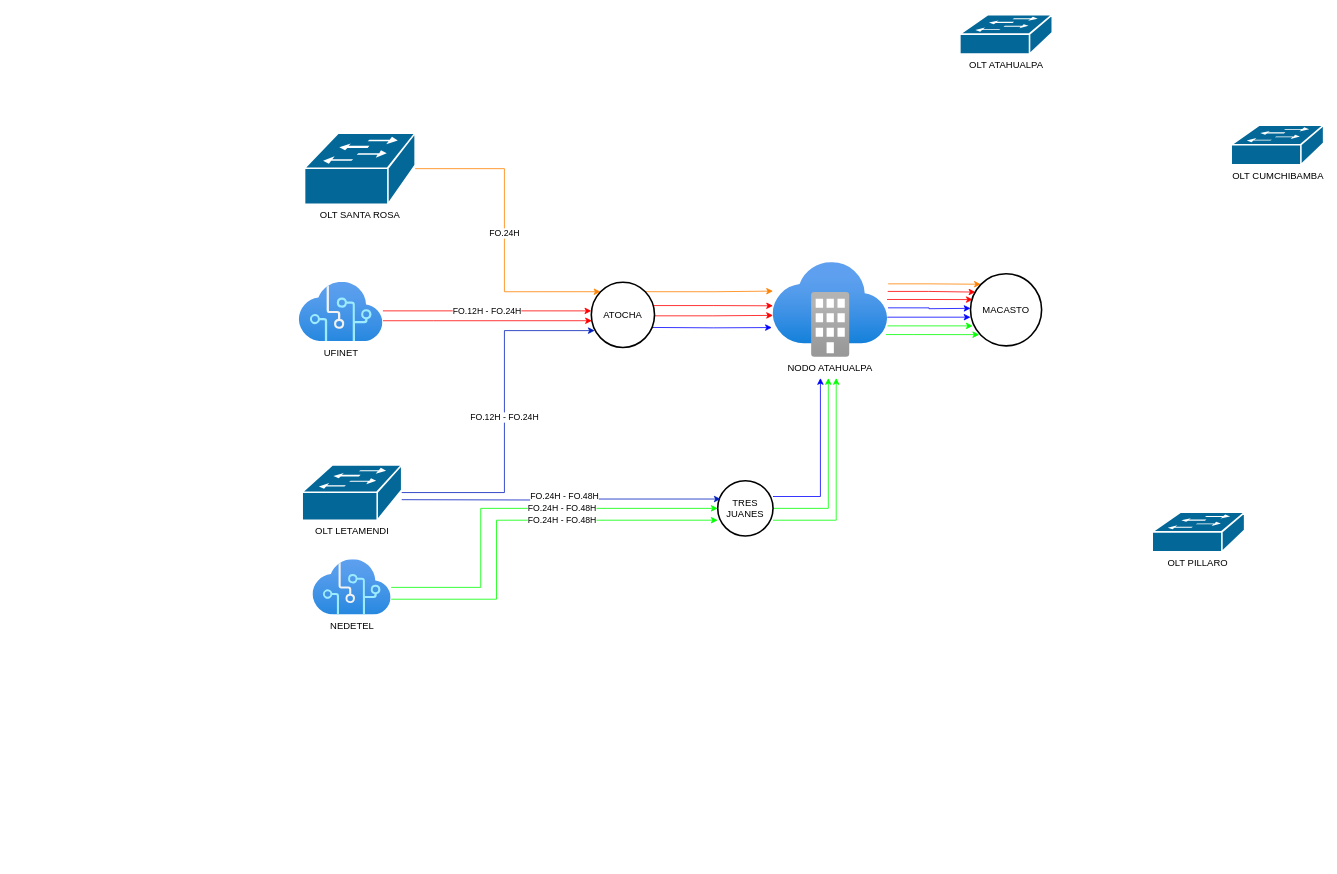
Before: data/Diagrama sin título.drawio in bryanm1182/bryanm1182.github.com, a draw.io diagram. Source tidied: cells renumbered, new cells numbered last; positions are measured from the earlier drawing's top-left corner, leaving out a move shared by most shapes. Both pictures are drawn from the tidied source at 79%, with x=0, y=0 at pixel (299, 14).
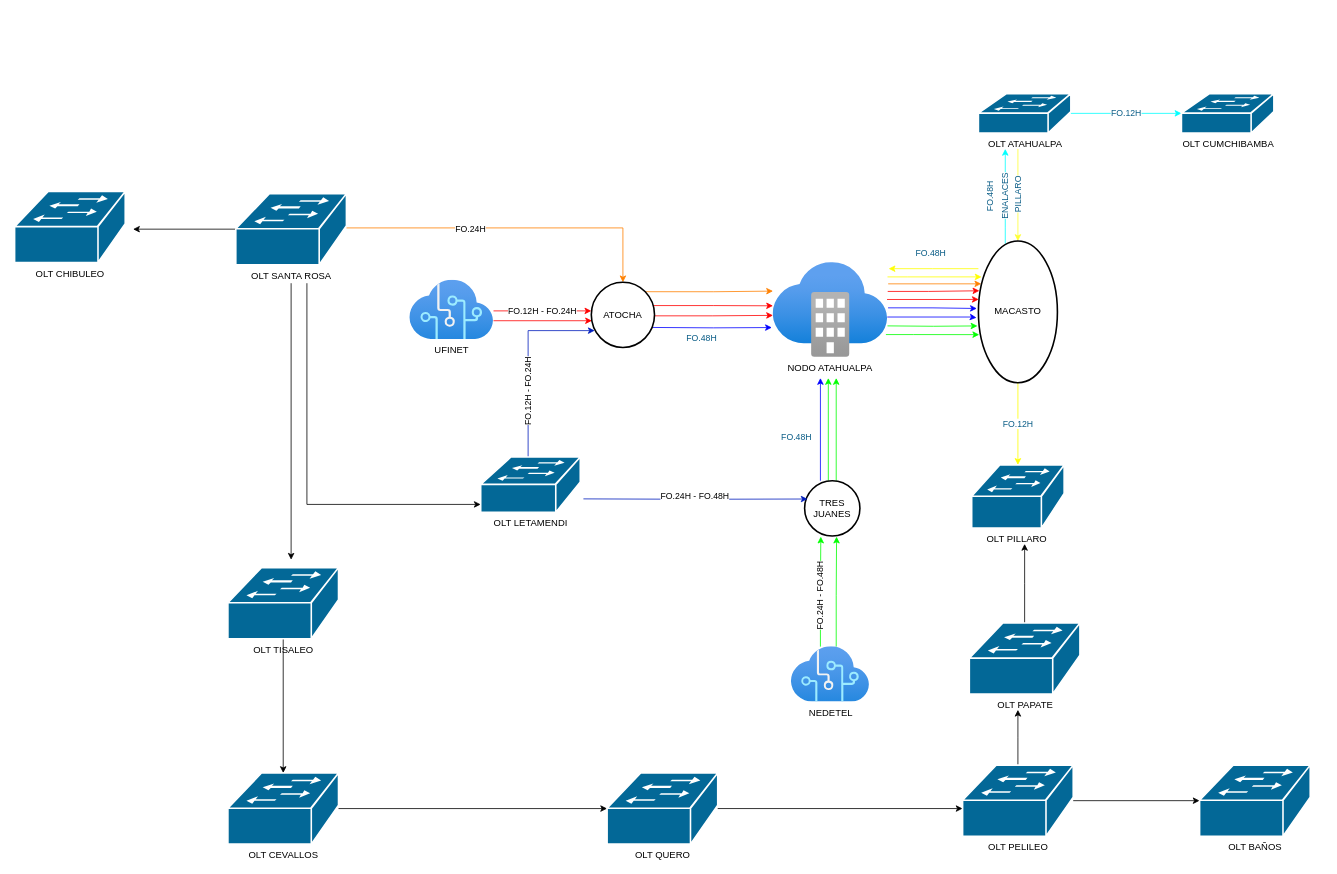
The same page after the edit.

The change refers to these unchanged cells:
```xml
<mxCell id="15" value="NODO ATAHUALPA" style="html=1;points=[];align=center;image;fontSize=12;image=img/lib/azure2/integration/Software_as_a_Service.svg;" parent="1" vertex="1">
  <mxGeometry x="600" y="313.8" width="144.9" height="120" as="geometry" />
</mxCell>
<mxCell id="33" value="ATOCHA" style="strokeWidth=2;html=1;shape=mxgraph.flowchart.start_2;whiteSpace=wrap;" parent="1" vertex="1">
  <mxGeometry x="370" y="338.8" width="80" height="82.5" as="geometry" />
</mxCell>
```

Change to the diagram source:
```diff
@@
+    <mxCell id="34" value="FO.12H&lt;br&gt;" style="edgeStyle=orthogonalEdgeStyle;rounded=0;jettySize=auto;html=1;entryX=0;entryY=0.5;entryDx=0;entryDy=0;entryPerimeter=0;strokeColor=#00FFFF;strokeWidth=1;fontSize=11;fontColor=#095C86;fillColor=#F694C1;" parent="1" edge="1" source="2" target="27">
+      <mxGeometry relative="1" as="geometry" />
+    </mxCell>
+    <mxCell id="35" value="PILLARO" style="edgeStyle=orthogonalEdgeStyle;rounded=0;jettySize=auto;html=1;entryX=0.5;entryY=0;entryDx=0;entryDy=0;entryPerimeter=0;strokeColor=#FFFF33;strokeWidth=1;fontSize=11;fontColor=#095C86;fillColor=#F694C1;horizontal=0;" parent="1" edge="1" target="19">
+      <mxGeometry relative="1" as="geometry">
+        <mxPoint x="910" y="170" as="sourcePoint" />
+        <Array as="points">
+          <mxPoint x="910" y="200" />
+          <mxPoint x="910" y="200" />
+        </Array>
+      </mxGeometry>
+    </mxCell>
     <mxCell id="2" value="OLT ATAHUALPA&lt;br&gt;" style="shape=mxgraph.cisco.switches.workgroup_switch;sketch=0;html=1;dashed=0;fillColor=#036897;strokeColor=#ffffff;strokeWidth=2;verticalLabelPosition=bottom;verticalAlign=top;align=center;outlineConnect=0;" parent="1" vertex="1">
-      <mxGeometry x="836.5" width="117" height="50" as="geometry" />
+      <mxGeometry x="860" y="100" width="117" height="50" as="geometry" />
     </mxCell>
-    <mxCell id="3" value="FO.24H" style="edgeStyle=orthogonalEdgeStyle;rounded=0;jettySize=auto;html=1;entryX=0.145;entryY=0.145;entryDx=0;entryDy=0;entryPerimeter=0;strokeColor=#FF8000;" parent="1" edge="1" source="4" target="33">
-      <mxGeometry relative="1" as="geometry">
+    <mxCell id="3" value="FO.24H" style="edgeStyle=orthogonalEdgeStyle;rounded=0;jettySize=auto;html=1;entryX=0.5;entryY=0;entryDx=0;entryDy=0;entryPerimeter=0;strokeColor=#FF8000;" parent="1" edge="1" source="4" target="33">
+      <mxGeometry x="-0.25" y="-2" relative="1" as="geometry">
         <Array as="points">
-          <mxPoint x="260" y="195" />
-          <mxPoint x="260" y="351" />
+          <mxPoint x="410" y="270" />
         </Array>
       </mxGeometry>
     </mxCell>
+    <mxCell id="36" style="edgeStyle=orthogonalEdgeStyle;rounded=0;jettySize=auto;html=1;strokeColor=#000000;strokeWidth=1;fontSize=11;fontColor=#095C86;fillColor=#F694C1;" parent="1" edge="1" target="26">
+      <mxGeometry relative="1" as="geometry">
+        <mxPoint x="10" y="340" as="sourcePoint" />
+        <Array as="points">
+          <mxPoint x="10" y="340" />
+          <mxPoint x="10" y="620" />
+        </Array>
+      </mxGeometry>
+    </mxCell>
+    <mxCell id="37" style="edgeStyle=orthogonalEdgeStyle;rounded=0;jettySize=auto;html=1;entryX=1.071;entryY=0.531;entryDx=0;entryDy=0;entryPerimeter=0;strokeColor=#000000;strokeWidth=1;fontSize=11;fontColor=#095C86;fillColor=#F694C1;" parent="1" edge="1" source="4" target="49">
+      <mxGeometry relative="1" as="geometry" />
+    </mxCell>
+    <mxCell id="38" style="edgeStyle=orthogonalEdgeStyle;rounded=0;orthogonalLoop=1;jettySize=auto;html=1;strokeColor=#000000;strokeWidth=1;fontSize=11;fontColor=#095C86;fillColor=#F694C1;" parent="1" edge="1">
+      <mxGeometry relative="1" as="geometry">
+        <mxPoint x="-10" y="340" as="sourcePoint" />
+        <mxPoint x="-10" y="690" as="targetPoint" />
+        <Array as="points">
+          <mxPoint x="-10" y="690" />
+        </Array>
+      </mxGeometry>
+    </mxCell>
     <mxCell id="4" value="OLT SANTA ROSA&lt;br&gt;" style="shape=mxgraph.cisco.switches.workgroup_switch;sketch=0;html=1;dashed=0;fillColor=#036897;strokeColor=#ffffff;strokeWidth=2;verticalLabelPosition=bottom;verticalAlign=top;align=center;outlineConnect=0;" parent="1" vertex="1">
-      <mxGeometry x="7" y="150" width="140" height="90" as="geometry" />
+      <mxGeometry x="-80" y="226.6" width="140" height="90" as="geometry" />
     </mxCell>
@@
     <mxCell id="7" value="UFINET&lt;br&gt;" style="html=1;points=[];align=center;image;fontSize=12;image=img/lib/azure2/ai_machine_learning/Cognitive_Services.svg;" parent="1" vertex="1">
-      <mxGeometry y="338.8" width="106.2" height="75" as="geometry" />
+      <mxGeometry x="140" y="336.2" width="106.2" height="75" as="geometry" />
     </mxCell>
-    <mxCell id="8" style="edgeStyle=orthogonalEdgeStyle;rounded=0;jettySize=auto;html=1;entryX=0.145;entryY=0.145;entryDx=0;entryDy=0;entryPerimeter=0;strokeColor=#FF8000;exitX=1.006;exitY=0.225;exitDx=0;exitDy=0;exitPerimeter=0;" parent="1" edge="1" source="15" target="19">
+    <mxCell id="8" style="edgeStyle=orthogonalEdgeStyle;rounded=0;jettySize=auto;html=1;entryX=0.036;entryY=0.302;entryDx=0;entryDy=0;entryPerimeter=0;strokeColor=#FF8000;exitX=1.006;exitY=0.225;exitDx=0;exitDy=0;exitPerimeter=0;" parent="1" edge="1" source="15" target="19">
       <mxGeometry relative="1" as="geometry" />
     </mxCell>
-    <mxCell id="9" style="edgeStyle=orthogonalEdgeStyle;rounded=0;jettySize=auto;html=1;entryX=0.069;entryY=0.254;entryDx=0;entryDy=0;entryPerimeter=0;strokeColor=#FF0000;exitX=1.002;exitY=0.305;exitDx=0;exitDy=0;exitPerimeter=0;" parent="1" edge="1" source="15" target="19">
+    <mxCell id="9" style="edgeStyle=orthogonalEdgeStyle;rounded=0;jettySize=auto;html=1;entryX=0.012;entryY=0.351;entryDx=0;entryDy=0;entryPerimeter=0;strokeColor=#FF0000;exitX=1.002;exitY=0.305;exitDx=0;exitDy=0;exitPerimeter=0;" parent="1" edge="1" source="15" target="19">
       <mxGeometry relative="1" as="geometry">
         <Array as="points">
           <mxPoint x="797" y="350" />
         </Array>
       </mxGeometry>
     </mxCell>
-    <mxCell id="10" style="edgeStyle=orthogonalEdgeStyle;rounded=0;jettySize=auto;html=1;entryX=0.032;entryY=0.358;entryDx=0;entryDy=0;entryPerimeter=0;strokeColor=#FF0000;exitX=0.996;exitY=0.39;exitDx=0;exitDy=0;exitPerimeter=0;" parent="1" edge="1" source="15" target="19">
+    <mxCell id="10" style="edgeStyle=orthogonalEdgeStyle;rounded=0;jettySize=auto;html=1;entryX=0.004;entryY=0.412;entryDx=0;entryDy=0;entryPerimeter=0;strokeColor=#FF0000;exitX=0.996;exitY=0.39;exitDx=0;exitDy=0;exitPerimeter=0;" parent="1" edge="1" source="15" target="19">
       <mxGeometry relative="1" as="geometry" />
     </mxCell>
-    <mxCell id="11" style="edgeStyle=orthogonalEdgeStyle;rounded=0;jettySize=auto;html=1;entryX=0;entryY=0.5;entryDx=0;entryDy=0;entryPerimeter=0;strokeColor=#0000FF;exitX=1.005;exitY=0.478;exitDx=0;exitDy=0;exitPerimeter=0;" parent="1" edge="1" source="15">
-      <mxGeometry relative="1" as="geometry">
-        <mxPoint x="850" y="371.8" as="targetPoint" />
-      </mxGeometry>
+    <mxCell id="11" style="edgeStyle=orthogonalEdgeStyle;rounded=0;jettySize=auto;html=1;entryX=-0.02;entryY=0.476;entryDx=0;entryDy=0;entryPerimeter=0;strokeColor=#0000FF;exitX=1.005;exitY=0.478;exitDx=0;exitDy=0;exitPerimeter=0;" parent="1" edge="1" source="15" target="19">
+      <mxGeometry relative="1" as="geometry" />
     </mxCell>
-    <mxCell id="12" style="edgeStyle=orthogonalEdgeStyle;rounded=0;jettySize=auto;html=1;strokeColor=#0000FF;exitX=0.998;exitY=0.575;exitDx=0;exitDy=0;exitPerimeter=0;" parent="1" edge="1" source="15">
+    <mxCell id="12" style="edgeStyle=orthogonalEdgeStyle;rounded=0;jettySize=auto;html=1;strokeColor=#0000FF;exitX=0.998;exitY=0.575;exitDx=0;exitDy=0;exitPerimeter=0;entryX=-0.024;entryY=0.541;entryDx=0;entryDy=0;entryPerimeter=0;" parent="1" edge="1" source="15" target="19">
       <mxGeometry relative="1" as="geometry">
-        <mxPoint x="850" y="383" as="targetPoint" />
         <Array as="points">
           <mxPoint x="850" y="383" />
         </Array>
       </mxGeometry>
     </mxCell>
-    <mxCell id="13" style="edgeStyle=orthogonalEdgeStyle;rounded=0;orthogonalLoop=1;jettySize=auto;html=1;entryX=0.031;entryY=0.678;entryDx=0;entryDy=0;entryPerimeter=0;strokeColor=#00FF00;" parent="1" edge="1">
+    <mxCell id="13" style="edgeStyle=orthogonalEdgeStyle;rounded=0;jettySize=auto;html=1;entryX=-0.012;entryY=0.599;entryDx=0;entryDy=0;entryPerimeter=0;strokeColor=#00FF00;" parent="1" edge="1" target="19">
       <mxGeometry relative="1" as="geometry">
         <mxPoint x="744.9" y="394" as="sourcePoint" />
-        <mxPoint x="852.8" y="394" as="targetPoint" />
-        <Array as="points">
-          <mxPoint x="760" y="394" />
-          <mxPoint x="760" y="394" />
-        </Array>
       </mxGeometry>
     </mxCell>
@@
+    <mxCell id="39" style="edgeStyle=orthogonalEdgeStyle;rounded=0;jettySize=auto;html=1;entryX=0.04;entryY=0.253;entryDx=0;entryDy=0;entryPerimeter=0;strokeColor=#FFFF00;strokeWidth=1;fontSize=11;fontColor=#095C86;fillColor=#F694C1;" parent="1" edge="1" source="15" target="19">
+      <mxGeometry relative="1" as="geometry">
+        <Array as="points">
+          <mxPoint x="770" y="332" />
+          <mxPoint x="770" y="332" />
+        </Array>
+      </mxGeometry>
+    </mxCell>
@@
-    <mxCell id="16" value="FO.24H - FO.48H&lt;br&gt;" style="edgeStyle=orthogonalEdgeStyle;rounded=0;jettySize=auto;html=1;entryX=0;entryY=0.5;entryDx=0;entryDy=0;entryPerimeter=0;strokeColor=#00FF00;" parent="1" edge="1" source="18" target="23">
-      <mxGeometry x="0.23" relative="1" as="geometry">
-        <Array as="points">
-          <mxPoint x="230" y="725" />
-          <mxPoint x="230" y="625" />
-        </Array>
-      </mxGeometry>
-    </mxCell>
-    <mxCell id="17" value="FO.24H - FO.48H&lt;br&gt;" style="edgeStyle=orthogonalEdgeStyle;rounded=0;jettySize=auto;html=1;entryX=0;entryY=0.714;entryDx=0;entryDy=0;entryPerimeter=0;strokeColor=#00FF00;" parent="1" edge="1" source="18" target="23">
-      <mxGeometry x="0.23" relative="1" as="geometry">
+    <mxCell id="17" style="edgeStyle=orthogonalEdgeStyle;rounded=0;jettySize=auto;html=1;entryX=0.578;entryY=1.012;entryDx=0;entryDy=0;entryPerimeter=0;strokeColor=#00FF00;horizontal=0;" parent="1" edge="1" source="18" target="23">
+      <mxGeometry x="-0.08" relative="1" as="geometry">
         <Array as="points">
-          <mxPoint x="250" y="740" />
-          <mxPoint x="250" y="640" />
+          <mxPoint x="680" y="735" />
+          <mxPoint x="681" y="735" />
         </Array>
       </mxGeometry>
     </mxCell>
     <mxCell id="18" value="NEDETEL&lt;br&gt;" style="html=1;points=[];align=center;image;fontSize=12;image=img/lib/azure2/ai_machine_learning/Cognitive_Services.svg;" parent="1" vertex="1">
-      <mxGeometry x="17.4" y="690" width="99.2" height="70" as="geometry" />
+      <mxGeometry x="622.9" y="800" width="99.2" height="70" as="geometry" />
     </mxCell>
+    <mxCell id="40" style="edgeStyle=orthogonalEdgeStyle;rounded=0;jettySize=auto;html=1;entryX=1.01;entryY=0.065;entryDx=0;entryDy=0;entryPerimeter=0;strokeColor=#FFFF00;strokeWidth=1;fontSize=11;fontColor=#095C86;fillColor=#F694C1;" parent="1" edge="1" source="19" target="15">
+      <mxGeometry relative="1" as="geometry">
+        <Array as="points">
+          <mxPoint x="802" y="322" />
+        </Array>
+      </mxGeometry>
+    </mxCell>
+    <mxCell id="41" value="FO.12H&lt;br&gt;" style="edgeStyle=orthogonalEdgeStyle;rounded=0;jettySize=auto;html=1;strokeColor=#FFFF00;strokeWidth=1;fontSize=11;fontColor=#095C86;fillColor=#F694C1;exitX=0.5;exitY=1;exitDx=0;exitDy=0;exitPerimeter=0;" parent="1" edge="1" source="19" target="28">
+      <mxGeometry relative="1" as="geometry">
+        <Array as="points">
+          <mxPoint x="910" y="600" />
+        </Array>
+      </mxGeometry>
+    </mxCell>
+    <mxCell id="42" value="ENALACES" style="edgeStyle=orthogonalEdgeStyle;rounded=0;orthogonalLoop=1;jettySize=auto;html=1;strokeColor=#00FFFF;strokeWidth=1;fontSize=11;fontColor=#095C86;fillColor=#F694C1;horizontal=0;" parent="1" edge="1">
+      <mxGeometry relative="1" as="geometry">
+        <mxPoint x="894" y="290" as="sourcePoint" />
+        <mxPoint x="894" y="170" as="targetPoint" />
+        <Array as="points">
+          <mxPoint x="894" y="270" />
+          <mxPoint x="894" y="270" />
+        </Array>
+      </mxGeometry>
+    </mxCell>
     <mxCell id="19" value="MACASTO&lt;br&gt;" style="strokeWidth=2;html=1;shape=mxgraph.flowchart.start_2;whiteSpace=wrap;" parent="1" vertex="1">
-      <mxGeometry x="850" y="328.1" width="90" height="91.2" as="geometry" />
+      <mxGeometry x="860" y="286.6" width="100" height="179.4" as="geometry" />
     </mxCell>
@@
     <mxCell id="23" value="TRES JUANES&lt;br&gt;" style="strokeWidth=2;html=1;shape=mxgraph.flowchart.start_2;whiteSpace=wrap;" parent="1" vertex="1">
-      <mxGeometry x="530" y="590" width="70" height="70" as="geometry" />
+      <mxGeometry x="640" y="590" width="70" height="70" as="geometry" />
     </mxCell>
-    <mxCell id="24" value="FO.12H - FO.24H" style="edgeStyle=orthogonalEdgeStyle;rounded=0;jettySize=auto;html=1;entryX=0.054;entryY=0.742;entryDx=0;entryDy=0;entryPerimeter=0;fillColor=#0050ef;strokeColor=#001DBC;" parent="1" edge="1" source="26" target="33">
-      <mxGeometry relative="1" as="geometry">
+    <mxCell id="24" value="FO.12H - FO.24H" style="edgeStyle=orthogonalEdgeStyle;rounded=0;jettySize=auto;html=1;entryX=0.054;entryY=0.742;entryDx=0;entryDy=0;entryPerimeter=0;fillColor=#0050ef;strokeColor=#001DBC;horizontal=0;" parent="1" edge="1" source="26" target="33">
+      <mxGeometry x="-0.32" relative="1" as="geometry">
         <Array as="points">
-          <mxPoint x="260" y="605" />
-          <mxPoint x="260" y="400" />
+          <mxPoint x="290" y="605" />
+          <mxPoint x="290" y="400" />
         </Array>
       </mxGeometry>
     </mxCell>
     <mxCell id="25" value="FO.24H - FO.48H" style="edgeStyle=orthogonalEdgeStyle;rounded=0;jettySize=auto;html=1;entryX=0.054;entryY=0.331;entryDx=0;entryDy=0;entryPerimeter=0;fillColor=#0050ef;strokeColor=#001DBC;" parent="1" edge="1" target="23">
-      <mxGeometry x="0.02" y="3" relative="1" as="geometry">
-        <mxPoint x="130" y="614" as="sourcePoint" />
+      <mxGeometry x="-0.01" y="-3" relative="1" as="geometry">
+        <mxPoint x="360" y="613" as="sourcePoint" />
+        <mxPoint y="-6" as="offset" />
       </mxGeometry>
     </mxCell>
-    <mxCell id="26" value="OLT LETAMENDI&lt;br&gt;" style="shape=mxgraph.cisco.switches.workgroup_switch;sketch=0;html=1;dashed=0;fillColor=#036897;strokeColor=#ffffff;strokeWidth=2;verticalLabelPosition=bottom;verticalAlign=top;align=center;outlineConnect=0;" parent="1" vertex="1">
-      <mxGeometry x="4" y="570" width="126" height="70" as="geometry" />
-    </mxCell>
     <mxCell id="27" value="OLT CUMCHIBAMBA&lt;br&gt;" style="shape=mxgraph.cisco.switches.workgroup_switch;sketch=0;html=1;dashed=0;fillColor=#036897;strokeColor=#ffffff;strokeWidth=2;verticalLabelPosition=bottom;verticalAlign=top;align=center;outlineConnect=0;" parent="1" vertex="1">
-      <mxGeometry x="1180" y="140" width="117" height="50" as="geometry" />
+      <mxGeometry x="1117" y="100" width="117" height="50" as="geometry" />
     </mxCell>
     <mxCell id="28" value="OLT PILLARO&amp;nbsp;&lt;br&gt;" style="shape=mxgraph.cisco.switches.workgroup_switch;sketch=0;html=1;dashed=0;fillColor=#036897;strokeColor=#ffffff;strokeWidth=2;verticalLabelPosition=bottom;verticalAlign=top;align=center;outlineConnect=0;" parent="1" vertex="1">
-      <mxGeometry x="1080" y="630" width="117" height="50" as="geometry" />
+      <mxGeometry x="851.5" y="570" width="117" height="80" as="geometry" />
     </mxCell>
@@
+    <mxCell id="43" value="FO.48H" style="text;html=1;strokeColor=none;fillColor=none;align=center;verticalAlign=middle;whiteSpace=wrap;rounded=0;fontSize=11;fontColor=#095C86;" parent="1" vertex="1">
+      <mxGeometry x="480" y="395" width="60" height="30" as="geometry" />
+    </mxCell>
+    <mxCell id="44" value="FO.48H" style="text;html=1;strokeColor=none;fillColor=none;align=center;verticalAlign=middle;whiteSpace=wrap;rounded=0;fontSize=11;fontColor=#095C86;" parent="1" vertex="1">
+      <mxGeometry x="600" y="520" width="60" height="30" as="geometry" />
+    </mxCell>
+    <mxCell id="45" value="FO.48H" style="text;html=1;strokeColor=none;fillColor=none;align=center;verticalAlign=middle;whiteSpace=wrap;rounded=0;fontSize=11;fontColor=#095C86;" parent="1" vertex="1">
+      <mxGeometry x="770" y="286.6" width="60" height="30" as="geometry" />
+    </mxCell>
+    <mxCell id="46" value="FO.48H" style="text;html=1;strokeColor=none;fillColor=none;align=center;verticalAlign=middle;whiteSpace=wrap;rounded=0;fontSize=11;fontColor=#095C86;horizontal=0;" parent="1" vertex="1">
+      <mxGeometry x="860" y="210" width="30" height="40" as="geometry" />
+    </mxCell>
+    <mxCell id="26" value="OLT LETAMENDI&lt;br&gt;" style="shape=mxgraph.cisco.switches.workgroup_switch;sketch=0;html=1;dashed=0;fillColor=#036897;strokeColor=#ffffff;strokeWidth=2;verticalLabelPosition=bottom;verticalAlign=top;align=center;outlineConnect=0;" parent="1" vertex="1">
+      <mxGeometry x="230" y="560" width="126" height="70" as="geometry" />
+    </mxCell>
+    <mxCell id="16" value="FO.24H - FO.48H&lt;br&gt;" style="edgeStyle=orthogonalEdgeStyle;rounded=0;orthogonalLoop=1;jettySize=auto;html=1;entryX=0.578;entryY=1.012;entryDx=0;entryDy=0;entryPerimeter=0;strokeColor=#00FF00;horizontal=0;" parent="1" edge="1">
+      <mxGeometry x="-0.08" relative="1" as="geometry">
+        <mxPoint x="660" y="800" as="sourcePoint" />
+        <mxPoint x="660.5" y="660.8" as="targetPoint" />
+        <Array as="points">
+          <mxPoint x="660" y="735" />
+          <mxPoint x="661" y="735" />
+        </Array>
+      </mxGeometry>
+    </mxCell>
+    <mxCell id="47" style="edgeStyle=orthogonalEdgeStyle;rounded=0;jettySize=auto;html=1;strokeColor=#000000;strokeWidth=1;fontSize=11;fontColor=#095C86;fillColor=#F694C1;" parent="1" edge="1" source="48" target="51">
+      <mxGeometry relative="1" as="geometry" />
+    </mxCell>
+    <mxCell id="48" value="OLT TISALEO&lt;br&gt;" style="shape=mxgraph.cisco.switches.workgroup_switch;sketch=0;html=1;dashed=0;fillColor=#036897;strokeColor=#ffffff;strokeWidth=2;verticalLabelPosition=bottom;verticalAlign=top;align=center;outlineConnect=0;" parent="1" vertex="1">
+      <mxGeometry x="-90" y="700" width="140" height="90" as="geometry" />
+    </mxCell>
+    <mxCell id="49" value="OLT CHIBULEO&lt;br&gt;" style="shape=mxgraph.cisco.switches.workgroup_switch;sketch=0;html=1;dashed=0;fillColor=#036897;strokeColor=#ffffff;strokeWidth=2;verticalLabelPosition=bottom;verticalAlign=top;align=center;outlineConnect=0;" parent="1" vertex="1">
+      <mxGeometry x="-360" y="223.8" width="140" height="90" as="geometry" />
+    </mxCell>
+    <mxCell id="50" style="edgeStyle=orthogonalEdgeStyle;rounded=0;jettySize=auto;html=1;entryX=0;entryY=0.5;entryDx=0;entryDy=0;entryPerimeter=0;strokeColor=#000000;strokeWidth=1;fontSize=11;fontColor=#095C86;fillColor=#F694C1;" parent="1" edge="1" source="51" target="53">
+      <mxGeometry relative="1" as="geometry" />
+    </mxCell>
+    <mxCell id="51" value="OLT CEVALLOS&lt;br&gt;" style="shape=mxgraph.cisco.switches.workgroup_switch;sketch=0;html=1;dashed=0;fillColor=#036897;strokeColor=#ffffff;strokeWidth=2;verticalLabelPosition=bottom;verticalAlign=top;align=center;outlineConnect=0;" parent="1" vertex="1">
+      <mxGeometry x="-90" y="960" width="140" height="90" as="geometry" />
+    </mxCell>
+    <mxCell id="52" style="edgeStyle=orthogonalEdgeStyle;rounded=0;jettySize=auto;html=1;entryX=0;entryY=0.611;entryDx=0;entryDy=0;entryPerimeter=0;strokeColor=#000000;strokeWidth=1;fontSize=11;fontColor=#095C86;fillColor=#F694C1;" parent="1" edge="1" source="53" target="56">
+      <mxGeometry relative="1" as="geometry" />
+    </mxCell>
+    <mxCell id="53" value="OLT QUERO&lt;br&gt;" style="shape=mxgraph.cisco.switches.workgroup_switch;sketch=0;html=1;dashed=0;fillColor=#036897;strokeColor=#ffffff;strokeWidth=2;verticalLabelPosition=bottom;verticalAlign=top;align=center;outlineConnect=0;" parent="1" vertex="1">
+      <mxGeometry x="390" y="960" width="140" height="90" as="geometry" />
+    </mxCell>
+    <mxCell id="54" style="edgeStyle=orthogonalEdgeStyle;rounded=0;jettySize=auto;html=1;entryX=0;entryY=0.5;entryDx=0;entryDy=0;entryPerimeter=0;strokeColor=#000000;strokeWidth=1;fontSize=11;fontColor=#095C86;fillColor=#F694C1;" parent="1" edge="1" source="56" target="57">
+      <mxGeometry relative="1" as="geometry" />
+    </mxCell>
+    <mxCell id="55" style="edgeStyle=orthogonalEdgeStyle;rounded=0;jettySize=auto;html=1;strokeColor=#000000;strokeWidth=1;fontSize=11;fontColor=#095C86;fillColor=#F694C1;" parent="1" edge="1" source="56">
+      <mxGeometry relative="1" as="geometry">
+        <mxPoint x="910" y="880" as="targetPoint" />
+      </mxGeometry>
+    </mxCell>
+    <mxCell id="56" value="OLT PELILEO&lt;br&gt;" style="shape=mxgraph.cisco.switches.workgroup_switch;sketch=0;html=1;dashed=0;fillColor=#036897;strokeColor=#ffffff;strokeWidth=2;verticalLabelPosition=bottom;verticalAlign=top;align=center;outlineConnect=0;" parent="1" vertex="1">
+      <mxGeometry x="840" y="950" width="140" height="90" as="geometry" />
+    </mxCell>
+    <mxCell id="57" value="OLT BAÑOS&lt;br&gt;" style="shape=mxgraph.cisco.switches.workgroup_switch;sketch=0;html=1;dashed=0;fillColor=#036897;strokeColor=#ffffff;strokeWidth=2;verticalLabelPosition=bottom;verticalAlign=top;align=center;outlineConnect=0;" parent="1" vertex="1">
+      <mxGeometry x="1140" y="950" width="140" height="90" as="geometry" />
+    </mxCell>
+    <mxCell id="58" style="edgeStyle=orthogonalEdgeStyle;rounded=0;jettySize=auto;html=1;strokeColor=#000000;strokeWidth=1;fontSize=11;fontColor=#095C86;fillColor=#F694C1;" parent="1" edge="1" source="59">
+      <mxGeometry relative="1" as="geometry">
+        <mxPoint x="918.5" y="670" as="targetPoint" />
+      </mxGeometry>
+    </mxCell>
+    <mxCell id="59" value="OLT PAPATE" style="shape=mxgraph.cisco.switches.workgroup_switch;sketch=0;html=1;dashed=0;fillColor=#036897;strokeColor=#ffffff;strokeWidth=2;verticalLabelPosition=bottom;verticalAlign=top;align=center;outlineConnect=0;" parent="1" vertex="1">
+      <mxGeometry x="848.5" y="770" width="140" height="90" as="geometry" />
+    </mxCell>
```
